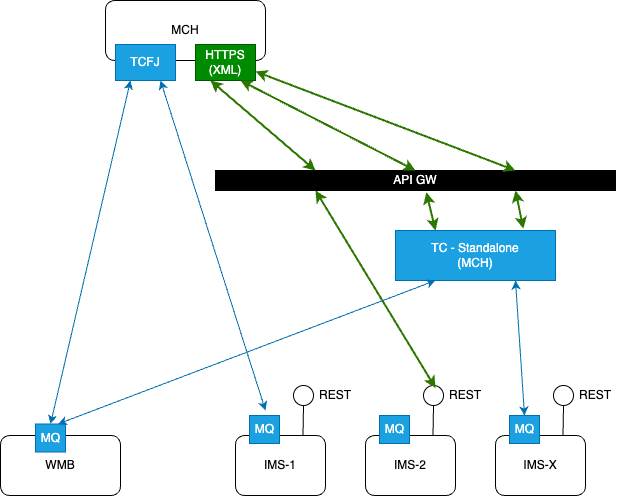
Before: TIF-Exit_conectivity(MCH).drawio.png, a diagram exported from draw.io (MichalHasekRB/my-Diagrams). Source tidied: cells renumbered, new cells last; positions are measured from the earlier drawing's top-left corner, leaving out a move shared by most shapes.
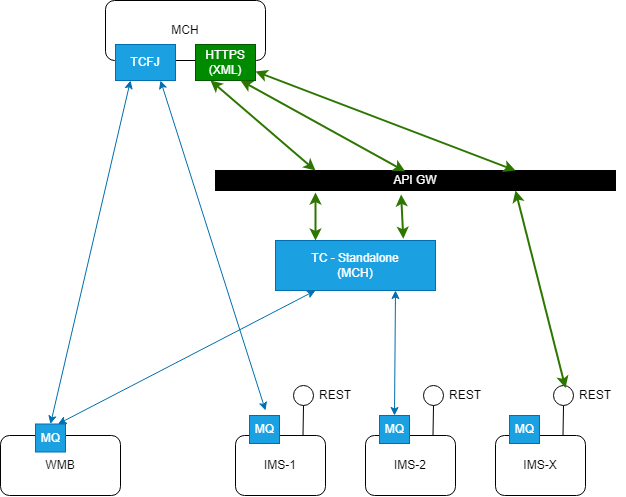
Above is the later version.

Change to the diagram source:
```diff
@@ -72,7 +72,7 @@
       <mxGeometry x="115" y="44" width="60" height="36" as="geometry" />
     </mxCell>
     <mxCell id="25" value="TC - Standalone&lt;div&gt;(MCH)&lt;/div&gt;" style="rounded=0;whiteSpace=wrap;html=1;fillColor=#1ba1e2;fontColor=#ffffff;strokeColor=#006EAF;" parent="1" vertex="1">
-      <mxGeometry x="395" y="230" width="160" height="50" as="geometry" />
+      <mxGeometry x="275" y="240" width="160" height="50" as="geometry" />
     </mxCell>
     <mxCell id="26" style="endArrow=classic;startArrow=classic;html=1;rounded=0;exitX=0.5;exitY=1;exitDx=0;exitDy=0;entryX=0.25;entryY=1;entryDx=0;entryDy=0;fillColor=#1ba1e2;strokeColor=#006EAF;" parent="1" edge="1" source="23" target="24">
       <mxGeometry relative="1" as="geometry" />
@@ -83,14 +83,18 @@
     <mxCell id="28" style="endArrow=classic;startArrow=classic;html=1;rounded=0;entryX=0.25;entryY=1;entryDx=0;entryDy=0;exitX=0.25;exitY=0;exitDx=0;exitDy=0;fillColor=#60a917;strokeColor=#2D7600;strokeWidth=2;" parent="1" edge="1" source="4" target="27">
       <mxGeometry relative="1" as="geometry" />
     </mxCell>
-    <mxCell id="29" style="endArrow=classic;startArrow=classic;html=1;rounded=0;entryX=0.25;entryY=1;entryDx=0;entryDy=0;exitX=0;exitY=0.25;exitDx=0;exitDy=0;fillColor=#60a917;strokeColor=#2D7600;strokeWidth=2;" parent="1" edge="1" source="15" target="4">
-      <mxGeometry relative="1" as="geometry" />
+    <mxCell id="29" style="endArrow=classic;startArrow=classic;html=1;rounded=0;exitX=0;exitY=0.25;exitDx=0;exitDy=0;fillColor=#60a917;strokeColor=#2D7600;strokeWidth=2;" parent="1" edge="1" source="21">
+      <mxGeometry relative="1" as="geometry">
+        <mxPoint x="515" y="190" as="targetPoint" />
+      </mxGeometry>
     </mxCell>
-    <mxCell id="30" style="endArrow=classic;startArrow=classic;html=1;rounded=0;entryX=0.75;entryY=1;entryDx=0;entryDy=0;exitX=0.5;exitY=0;exitDx=0;exitDy=0;fillColor=#60a917;strokeColor=#2D7600;strokeWidth=2;" parent="1" edge="1" source="4" target="27">
+    <mxCell id="30" style="endArrow=classic;startArrow=classic;html=1;rounded=0;entryX=0.75;entryY=1;entryDx=0;entryDy=0;exitX=0.474;exitY=0.04;exitDx=0;exitDy=0;fillColor=#60a917;strokeColor=#2D7600;strokeWidth=2;exitPerimeter=0;" parent="1" edge="1" source="4" target="27">
       <mxGeometry relative="1" as="geometry" />
     </mxCell>
-    <mxCell id="31" style="endArrow=classic;startArrow=classic;html=1;rounded=0;entryX=0.527;entryY=1.088;entryDx=0;entryDy=0;entryPerimeter=0;exitX=0.25;exitY=0;exitDx=0;exitDy=0;fillColor=#60a917;strokeColor=#2D7600;strokeWidth=2;" parent="1" edge="1" source="25" target="4">
-      <mxGeometry relative="1" as="geometry" />
+    <mxCell id="31" style="endArrow=classic;startArrow=classic;html=1;rounded=0;exitX=0.25;exitY=0;exitDx=0;exitDy=0;fillColor=#60a917;strokeColor=#2D7600;strokeWidth=2;" parent="1" edge="1" source="25">
+      <mxGeometry relative="1" as="geometry">
+        <mxPoint x="315" y="192" as="targetPoint" />
+      </mxGeometry>
     </mxCell>
     <mxCell id="32" style="endArrow=classic;startArrow=classic;html=1;rounded=0;entryX=0.25;entryY=1;entryDx=0;entryDy=0;exitX=0.25;exitY=1;exitDx=0;exitDy=0;fillColor=#1ba1e2;strokeColor=#006EAF;" parent="1" edge="1" source="23" target="25">
       <mxGeometry relative="1" as="geometry" />
@@ -98,10 +102,10 @@
     <mxCell id="33" style="endArrow=classic;startArrow=classic;html=1;rounded=0;entryX=1;entryY=0.75;entryDx=0;entryDy=0;exitX=0.75;exitY=0;exitDx=0;exitDy=0;fillColor=#60a917;strokeColor=#2D7600;strokeWidth=2;" parent="1" edge="1" source="4" target="27">
       <mxGeometry relative="1" as="geometry" />
     </mxCell>
-    <mxCell id="34" style="endArrow=classic;startArrow=classic;html=1;rounded=0;entryX=0.75;entryY=1;entryDx=0;entryDy=0;exitX=0.799;exitY=-0.035;exitDx=0;exitDy=0;exitPerimeter=0;fillColor=#60a917;strokeColor=#2D7600;strokeWidth=2;" parent="1" edge="1" source="25" target="4">
+    <mxCell id="34" style="endArrow=classic;startArrow=classic;html=1;rounded=0;entryX=0.464;entryY=1.198;entryDx=0;entryDy=0;exitX=0.799;exitY=-0.035;exitDx=0;exitDy=0;exitPerimeter=0;fillColor=#60a917;strokeColor=#2D7600;strokeWidth=2;entryPerimeter=0;" parent="1" edge="1" source="25" target="4">
       <mxGeometry relative="1" as="geometry" />
     </mxCell>
-    <mxCell id="35" style="endArrow=classic;startArrow=classic;html=1;rounded=0;entryX=0.75;entryY=1;entryDx=0;entryDy=0;fillColor=#1ba1e2;strokeColor=#006EAF;exitX=0.5;exitY=1;exitDx=0;exitDy=0;" parent="1" edge="1" source="19" target="25">
+    <mxCell id="35" style="endArrow=classic;startArrow=classic;html=1;rounded=0;entryX=0.75;entryY=1;entryDx=0;entryDy=0;fillColor=#1ba1e2;strokeColor=#006EAF;exitX=0.5;exitY=1;exitDx=0;exitDy=0;" parent="1" edge="1" source="13" target="25">
       <mxGeometry relative="1" as="geometry" />
     </mxCell>
     <mxCell id="36" style="endArrow=classic;startArrow=classic;html=1;rounded=0;entryX=0.75;entryY=1;entryDx=0;entryDy=0;fillColor=#1ba1e2;strokeColor=#006EAF;" parent="1" edge="1" target="24">
```
